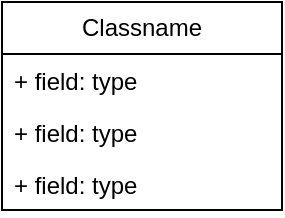
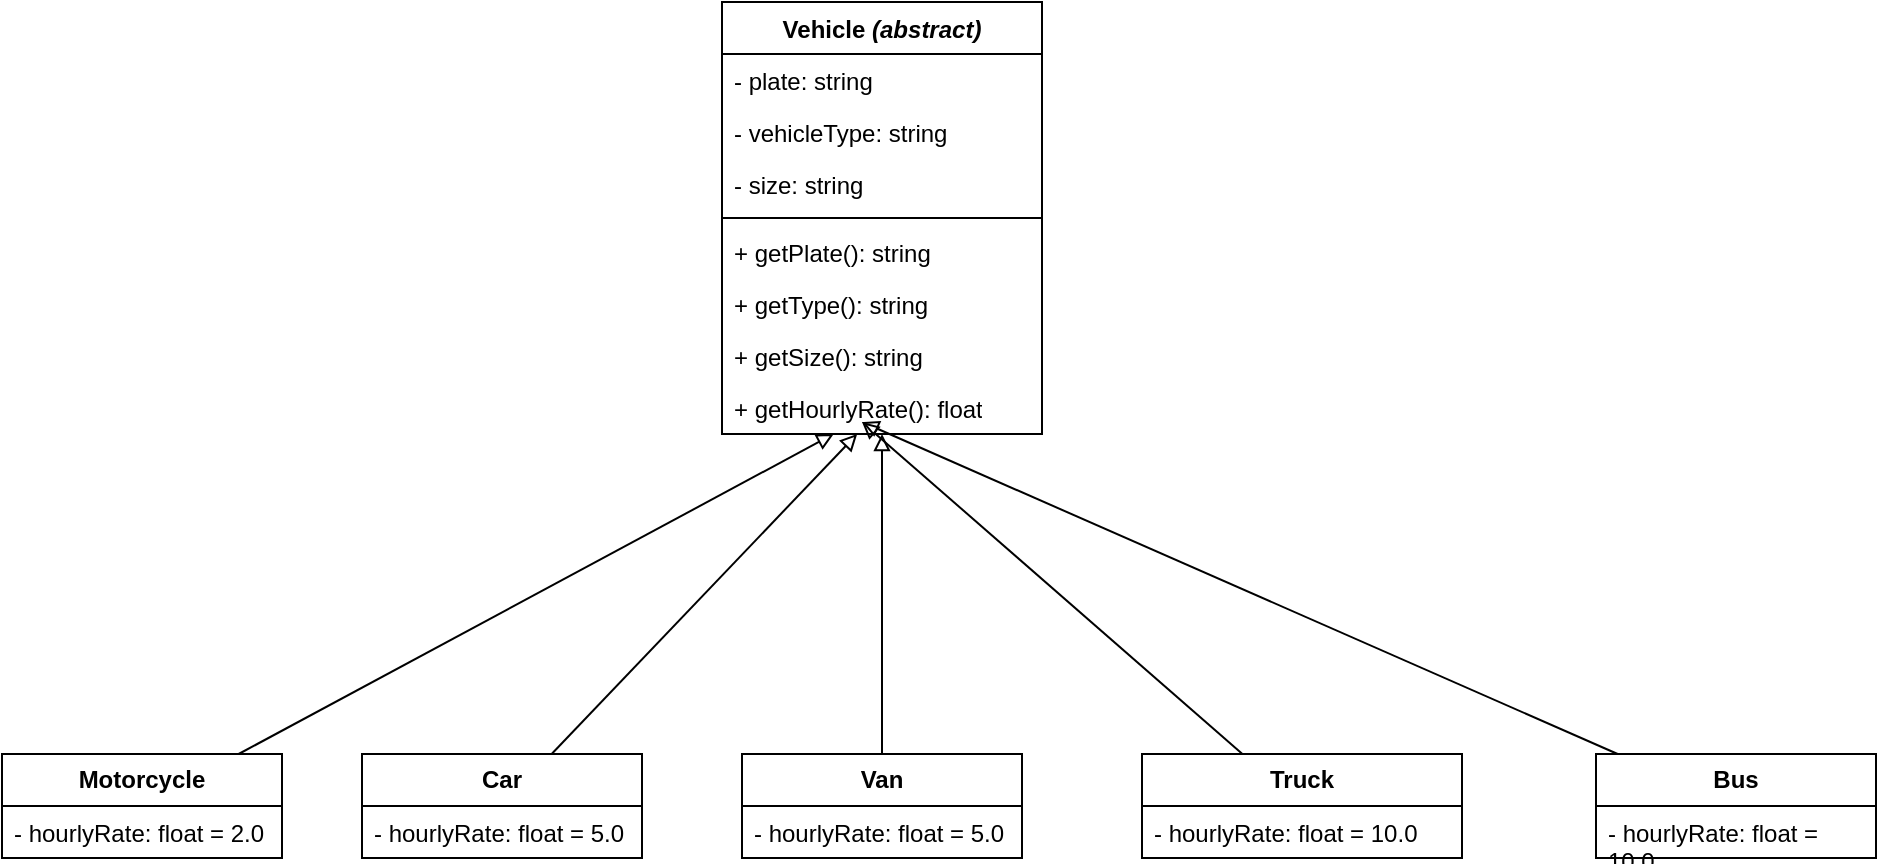
<mxfile host="app.diagrams.net">
  <diagram name="Page-1" id="W4wRpI2cIIccmmuhEQGf">
-     <mxGraphModel dx="1030" dy="527" grid="1" gridSize="10" guides="1" tooltips="1" connect="1" arrows="1" fold="1" page="1" pageScale="1" pageWidth="827" pageHeight="1169" math="0" shadow="0">
+     <mxGraphModel dx="1008" dy="1980" grid="1" gridSize="10" guides="1" tooltips="1" connect="1" arrows="1" fold="1" page="1" pageScale="1" pageWidth="827" pageHeight="1169" math="0" shadow="0">
      <root>
        <mxCell id="0" />
        <mxCell id="1" parent="0" />
-         <mxCell id="jfNXuublw06fMC4KOgxn-1" parent="1" style="swimlane;fontStyle=0;childLayout=stackLayout;horizontal=1;startSize=26;fillColor=none;horizontalStack=0;resizeParent=1;resizeParentMax=0;resizeLast=0;collapsible=1;marginBottom=0;whiteSpace=wrap;html=1;" value="Classname" vertex="1">
-           <mxGeometry height="104" width="140" x="360" y="110" as="geometry" />
+         <mxCell id="jfNXuublw06fMC4KOgxn-5" parent="1" style="swimlane;fontStyle=1;align=center;verticalAlign=top;childLayout=stackLayout;horizontal=1;startSize=26;horizontalStack=0;resizeParent=1;resizeParentMax=0;resizeLast=0;collapsible=1;marginBottom=0;whiteSpace=wrap;html=1;" value="&lt;strong&gt;Vehicle&lt;/strong&gt; &lt;em&gt;(abstract)&lt;/em&gt;" vertex="1">
+           <mxGeometry height="216" width="160" x="390" y="-320" as="geometry" />
        </mxCell>
-         <mxCell id="jfNXuublw06fMC4KOgxn-2" parent="jfNXuublw06fMC4KOgxn-1" style="text;strokeColor=none;fillColor=none;align=left;verticalAlign=top;spacingLeft=4;spacingRight=4;overflow=hidden;rotatable=0;points=[[0,0.5],[1,0.5]];portConstraint=eastwest;whiteSpace=wrap;html=1;" value="+ field: type" vertex="1">
+         <mxCell id="jfNXuublw06fMC4KOgxn-6" parent="jfNXuublw06fMC4KOgxn-5" style="text;strokeColor=none;fillColor=none;align=left;verticalAlign=top;spacingLeft=4;spacingRight=4;overflow=hidden;rotatable=0;points=[[0,0.5],[1,0.5]];portConstraint=eastwest;whiteSpace=wrap;html=1;" value="- plate: string" vertex="1">
+           <mxGeometry height="26" width="160" y="26" as="geometry" />
+         </mxCell>
+         <mxCell id="jfNXuublw06fMC4KOgxn-9" parent="jfNXuublw06fMC4KOgxn-5" style="text;strokeColor=none;fillColor=none;align=left;verticalAlign=top;spacingLeft=4;spacingRight=4;overflow=hidden;rotatable=0;points=[[0,0.5],[1,0.5]];portConstraint=eastwest;whiteSpace=wrap;html=1;" value="- vehicleType: string" vertex="1">
+           <mxGeometry height="26" width="160" y="52" as="geometry" />
+         </mxCell>
+         <mxCell id="jfNXuublw06fMC4KOgxn-10" parent="jfNXuublw06fMC4KOgxn-5" style="text;strokeColor=none;fillColor=none;align=left;verticalAlign=top;spacingLeft=4;spacingRight=4;overflow=hidden;rotatable=0;points=[[0,0.5],[1,0.5]];portConstraint=eastwest;whiteSpace=wrap;html=1;" value="- size: string" vertex="1">
+           <mxGeometry height="26" width="160" y="78" as="geometry" />
+         </mxCell>
+         <mxCell id="jfNXuublw06fMC4KOgxn-7" parent="jfNXuublw06fMC4KOgxn-5" style="line;strokeWidth=1;fillColor=none;align=left;verticalAlign=middle;spacingTop=-1;spacingLeft=3;spacingRight=3;rotatable=0;labelPosition=right;points=[];portConstraint=eastwest;strokeColor=inherit;" value="" vertex="1">
+           <mxGeometry height="8" width="160" y="104" as="geometry" />
+         </mxCell>
+         <mxCell id="jfNXuublw06fMC4KOgxn-8" parent="jfNXuublw06fMC4KOgxn-5" style="text;strokeColor=none;fillColor=none;align=left;verticalAlign=top;spacingLeft=4;spacingRight=4;overflow=hidden;rotatable=0;points=[[0,0.5],[1,0.5]];portConstraint=eastwest;whiteSpace=wrap;html=1;" value="+ getPlate(): string" vertex="1">
+           <mxGeometry height="26" width="160" y="112" as="geometry" />
+         </mxCell>
+         <mxCell id="jfNXuublw06fMC4KOgxn-11" parent="jfNXuublw06fMC4KOgxn-5" style="text;strokeColor=none;fillColor=none;align=left;verticalAlign=top;spacingLeft=4;spacingRight=4;overflow=hidden;rotatable=0;points=[[0,0.5],[1,0.5]];portConstraint=eastwest;whiteSpace=wrap;html=1;" value="+ getType(): string" vertex="1">
+           <mxGeometry height="26" width="160" y="138" as="geometry" />
+         </mxCell>
+         <mxCell id="jfNXuublw06fMC4KOgxn-12" parent="jfNXuublw06fMC4KOgxn-5" style="text;strokeColor=none;fillColor=none;align=left;verticalAlign=top;spacingLeft=4;spacingRight=4;overflow=hidden;rotatable=0;points=[[0,0.5],[1,0.5]];portConstraint=eastwest;whiteSpace=wrap;html=1;" value="+ getSize(): string" vertex="1">
+           <mxGeometry height="26" width="160" y="164" as="geometry" />
+         </mxCell>
+         <mxCell id="jfNXuublw06fMC4KOgxn-13" parent="jfNXuublw06fMC4KOgxn-5" style="text;strokeColor=none;fillColor=none;align=left;verticalAlign=top;spacingLeft=4;spacingRight=4;overflow=hidden;rotatable=0;points=[[0,0.5],[1,0.5]];portConstraint=eastwest;whiteSpace=wrap;html=1;" value="+ getHourlyRate(): float" vertex="1">
+           <mxGeometry height="26" width="160" y="190" as="geometry" />
+         </mxCell>
+         <mxCell id="jfNXuublw06fMC4KOgxn-26" parent="1" style="swimlane;fontStyle=0;childLayout=stackLayout;horizontal=1;startSize=26;fillColor=none;horizontalStack=0;resizeParent=1;resizeParentMax=0;resizeLast=0;collapsible=1;marginBottom=0;whiteSpace=wrap;html=1;" value="&lt;strong&gt;Motorcycle&lt;/strong&gt;" vertex="1">
+           <mxGeometry height="52" width="140" x="30" y="56" as="geometry" />
+         </mxCell>
+         <mxCell id="jfNXuublw06fMC4KOgxn-27" parent="jfNXuublw06fMC4KOgxn-26" style="text;strokeColor=none;fillColor=none;align=left;verticalAlign=top;spacingLeft=4;spacingRight=4;overflow=hidden;rotatable=0;points=[[0,0.5],[1,0.5]];portConstraint=eastwest;whiteSpace=wrap;html=1;" value="- hourlyRate: float = 2.0" vertex="1">
          <mxGeometry height="26" width="140" y="26" as="geometry" />
        </mxCell>
-         <mxCell id="jfNXuublw06fMC4KOgxn-3" parent="jfNXuublw06fMC4KOgxn-1" style="text;strokeColor=none;fillColor=none;align=left;verticalAlign=top;spacingLeft=4;spacingRight=4;overflow=hidden;rotatable=0;points=[[0,0.5],[1,0.5]];portConstraint=eastwest;whiteSpace=wrap;html=1;" value="+ field: type" vertex="1">
-           <mxGeometry height="26" width="140" y="52" as="geometry" />
+         <mxCell id="jfNXuublw06fMC4KOgxn-30" parent="1" style="swimlane;fontStyle=0;childLayout=stackLayout;horizontal=1;startSize=26;fillColor=none;horizontalStack=0;resizeParent=1;resizeParentMax=0;resizeLast=0;collapsible=1;marginBottom=0;whiteSpace=wrap;html=1;" value="&lt;strong&gt;Car&lt;/strong&gt;" vertex="1">
+           <mxGeometry height="52" width="140" x="210" y="56" as="geometry" />
        </mxCell>
-         <mxCell id="jfNXuublw06fMC4KOgxn-4" parent="jfNXuublw06fMC4KOgxn-1" style="text;strokeColor=none;fillColor=none;align=left;verticalAlign=top;spacingLeft=4;spacingRight=4;overflow=hidden;rotatable=0;points=[[0,0.5],[1,0.5]];portConstraint=eastwest;whiteSpace=wrap;html=1;" value="+ field: type" vertex="1">
-           <mxGeometry height="26" width="140" y="78" as="geometry" />
+         <mxCell id="jfNXuublw06fMC4KOgxn-31" parent="jfNXuublw06fMC4KOgxn-30" style="text;strokeColor=none;fillColor=none;align=left;verticalAlign=top;spacingLeft=4;spacingRight=4;overflow=hidden;rotatable=0;points=[[0,0.5],[1,0.5]];portConstraint=eastwest;whiteSpace=wrap;html=1;" value="- hourlyRate: float = 5.0" vertex="1">
+           <mxGeometry height="26" width="140" y="26" as="geometry" />
+         </mxCell>
+         <mxCell id="jfNXuublw06fMC4KOgxn-34" parent="1" style="swimlane;fontStyle=0;childLayout=stackLayout;horizontal=1;startSize=26;fillColor=none;horizontalStack=0;resizeParent=1;resizeParentMax=0;resizeLast=0;collapsible=1;marginBottom=0;whiteSpace=wrap;html=1;" value="&lt;strong&gt;Van&lt;/strong&gt;" vertex="1">
+           <mxGeometry height="52" width="140" x="400" y="56" as="geometry" />
+         </mxCell>
+         <mxCell id="jfNXuublw06fMC4KOgxn-35" parent="jfNXuublw06fMC4KOgxn-34" style="text;strokeColor=none;fillColor=none;align=left;verticalAlign=top;spacingLeft=4;spacingRight=4;overflow=hidden;rotatable=0;points=[[0,0.5],[1,0.5]];portConstraint=eastwest;whiteSpace=wrap;html=1;" value="- hourlyRate: float = 5.0" vertex="1">
+           <mxGeometry height="26" width="140" y="26" as="geometry" />
+         </mxCell>
+         <mxCell id="jfNXuublw06fMC4KOgxn-67" edge="1" parent="1" source="jfNXuublw06fMC4KOgxn-49" style="endArrow=block;endFill=0;">
+           <mxGeometry relative="1" as="geometry">
+             <mxPoint x="460" y="-110" as="targetPoint" />
+           </mxGeometry>
+         </mxCell>
+         <mxCell id="jfNXuublw06fMC4KOgxn-49" parent="1" style="swimlane;fontStyle=0;childLayout=stackLayout;horizontal=1;startSize=26;fillColor=none;horizontalStack=0;resizeParent=1;resizeParentMax=0;resizeLast=0;collapsible=1;marginBottom=0;whiteSpace=wrap;html=1;" value="&lt;strong&gt;Truck&lt;/strong&gt;" vertex="1">
+           <mxGeometry height="52" width="160" x="600" y="56" as="geometry" />
+         </mxCell>
+         <mxCell id="jfNXuublw06fMC4KOgxn-50" parent="jfNXuublw06fMC4KOgxn-49" style="text;strokeColor=none;fillColor=none;align=left;verticalAlign=top;spacingLeft=4;spacingRight=4;overflow=hidden;rotatable=0;points=[[0,0.5],[1,0.5]];portConstraint=eastwest;whiteSpace=wrap;html=1;" value="- hourlyRate: float = 10.0" vertex="1">
+           <mxGeometry height="26" width="160" y="26" as="geometry" />
+         </mxCell>
+         <mxCell id="jfNXuublw06fMC4KOgxn-68" edge="1" parent="1" source="jfNXuublw06fMC4KOgxn-53" style="endArrow=block;endFill=0;">
+           <mxGeometry relative="1" as="geometry">
+             <mxPoint x="460" y="-110" as="targetPoint" />
+           </mxGeometry>
+         </mxCell>
+         <mxCell id="jfNXuublw06fMC4KOgxn-53" parent="1" style="swimlane;fontStyle=0;childLayout=stackLayout;horizontal=1;startSize=26;fillColor=none;horizontalStack=0;resizeParent=1;resizeParentMax=0;resizeLast=0;collapsible=1;marginBottom=0;whiteSpace=wrap;html=1;" value="&lt;strong&gt;Bus&lt;/strong&gt;" vertex="1">
+           <mxGeometry height="52" width="140" x="827" y="56" as="geometry" />
+         </mxCell>
+         <mxCell id="jfNXuublw06fMC4KOgxn-54" parent="jfNXuublw06fMC4KOgxn-53" style="text;strokeColor=none;fillColor=none;align=left;verticalAlign=top;spacingLeft=4;spacingRight=4;overflow=hidden;rotatable=0;points=[[0,0.5],[1,0.5]];portConstraint=eastwest;whiteSpace=wrap;html=1;" value="- hourlyRate: float = 10.0" vertex="1">
+           <mxGeometry height="26" width="140" y="26" as="geometry" />
+         </mxCell>
+         <mxCell id="jfNXuublw06fMC4KOgxn-64" edge="1" parent="1" source="jfNXuublw06fMC4KOgxn-26" style="endArrow=block;endFill=0;" target="jfNXuublw06fMC4KOgxn-13">
+           <mxGeometry relative="1" as="geometry" />
+         </mxCell>
+         <mxCell id="jfNXuublw06fMC4KOgxn-65" edge="1" parent="1" source="jfNXuublw06fMC4KOgxn-30" style="endArrow=block;endFill=0;" target="jfNXuublw06fMC4KOgxn-13">
+           <mxGeometry relative="1" as="geometry" />
+         </mxCell>
+         <mxCell id="jfNXuublw06fMC4KOgxn-66" edge="1" parent="1" source="jfNXuublw06fMC4KOgxn-34" style="endArrow=block;endFill=0;" target="jfNXuublw06fMC4KOgxn-13">
+           <mxGeometry relative="1" as="geometry" />
        </mxCell>
      </root>
    </mxGraphModel>
  </diagram>
</mxfile>
